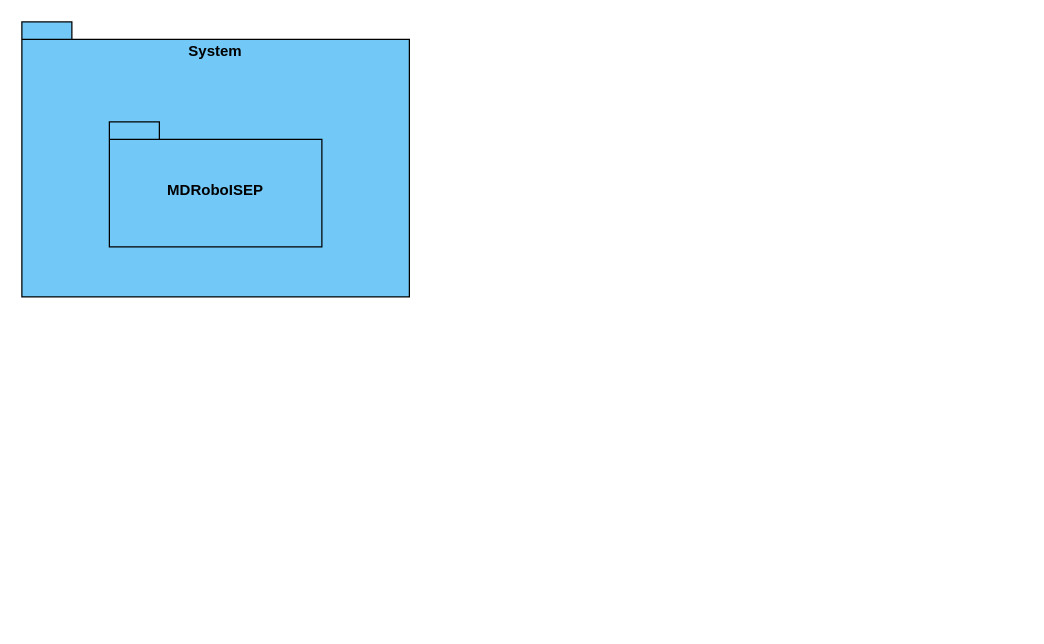
SEM5PI2324G58/sem5pi_g58_23_24 keeps this draw.io diagram as docs/N2/VI.drawio. Above is the earlier version. Source tidied: cells renumbered, new cells numbered last; positions are measured from the earlier drawing's top-left corner, leaving out a move shared by most shapes. Both pictures are drawn from the tidied source at 125%, with x=0, y=0 at pixel (21, 21).
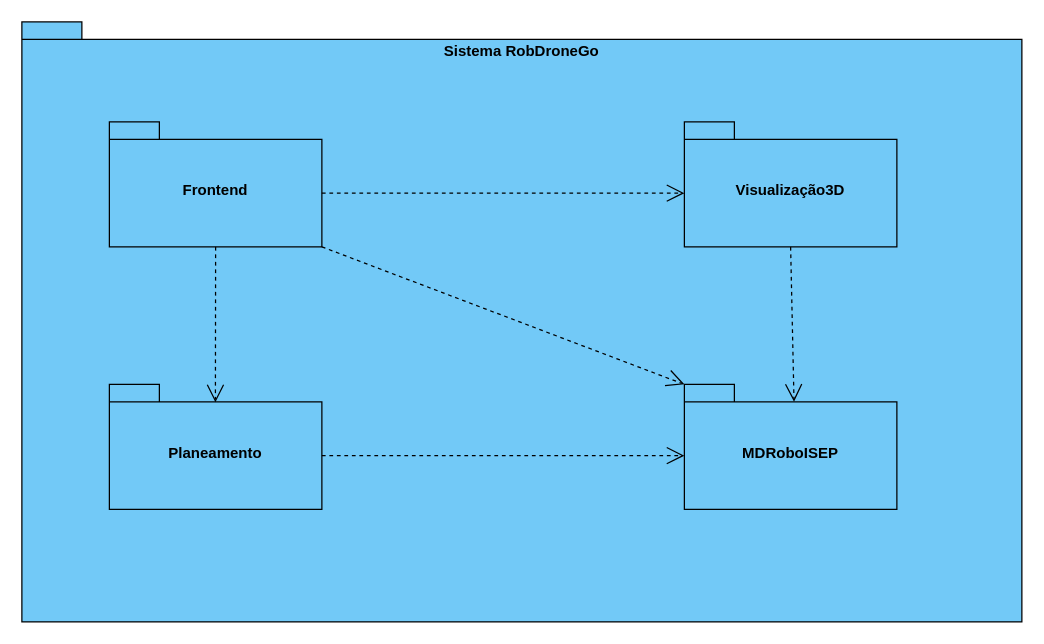
Above is the later version.

Diff of the diagram source:
```diff
@@
 <mxGraphModel>
   <root>
     <mxCell id="0" />
     <mxCell id="1" parent="0" />
-    <mxCell id="2" value="System" style="shape=folder;fontStyle=1;spacingTop=10;tabWidth=40;tabHeight=14;tabPosition=left;html=1;whiteSpace=wrap;horizontal=1;verticalAlign=top;fillColor=#72c9f7;" parent="1" vertex="1">
-      <mxGeometry width="310" height="220" as="geometry" />
+    <mxCell id="2" value="Sistema RobDroneGo" style="shape=folder;fontStyle=1;spacingTop=10;tabWidth=40;tabHeight=14;tabPosition=left;html=1;whiteSpace=wrap;horizontal=1;verticalAlign=top;fillColor=#72c9f7;" parent="1" vertex="1">
+      <mxGeometry width="800" height="480" as="geometry" />
     </mxCell>
     <mxCell id="3" value="MDRoboISEP" style="shape=folder;fontStyle=1;spacingTop=10;tabWidth=40;tabHeight=14;tabPosition=left;html=1;whiteSpace=wrap;fillColor=#72c9f7;" parent="1" vertex="1">
-      <mxGeometry x="70" y="80" width="170" height="100" as="geometry" />
+      <mxGeometry x="530" y="290" width="170" height="100" as="geometry" />
     </mxCell>
+    <mxCell id="4" value="Frontend" style="shape=folder;fontStyle=1;spacingTop=10;tabWidth=40;tabHeight=14;tabPosition=left;html=1;whiteSpace=wrap;fillColor=#72c9f7;" parent="1" vertex="1">
+      <mxGeometry x="70" y="80" width="170" height="100" as="geometry" />
+    </mxCell>
+    <mxCell id="5" value="Planeamento" style="shape=folder;fontStyle=1;spacingTop=10;tabWidth=40;tabHeight=14;tabPosition=left;html=1;whiteSpace=wrap;fillColor=#72c9f7;" parent="1" vertex="1">
+      <mxGeometry x="70" y="290" width="170" height="100" as="geometry" />
+    </mxCell>
+    <mxCell id="6" value="Visualização3D" style="shape=folder;fontStyle=1;spacingTop=10;tabWidth=40;tabHeight=14;tabPosition=left;html=1;whiteSpace=wrap;fillColor=#72c9f7;" parent="1" vertex="1">
+      <mxGeometry x="530" y="80" width="170" height="100" as="geometry" />
+    </mxCell>
+    <mxCell id="7" style="endArrow=open;endSize=12;dashed=1;html=1;rounded=0;exitX=0;exitY=0;exitDx=170;exitDy=57;exitPerimeter=0;entryX=0;entryY=0;entryDx=0;entryDy=57;entryPerimeter=0;" parent="1" edge="1" source="4" target="6">
+      <mxGeometry relative="1" as="geometry" />
+    </mxCell>
+    <mxCell id="8" style="endArrow=open;endSize=12;dashed=1;html=1;rounded=0;exitX=0;exitY=0;exitDx=170;exitDy=100;exitPerimeter=0;entryX=0;entryY=0;entryDx=0;entryDy=0;entryPerimeter=0;" parent="1" edge="1" source="4" target="3">
+      <mxGeometry relative="1" as="geometry" />
+    </mxCell>
+    <mxCell id="9" style="endArrow=open;endSize=12;dashed=1;html=1;rounded=0;exitX=0.5;exitY=1;exitDx=0;exitDy=0;exitPerimeter=0;entryX=0.499;entryY=0.144;entryDx=0;entryDy=0;entryPerimeter=0;" parent="1" edge="1" source="4" target="5">
+      <mxGeometry relative="1" as="geometry" />
+    </mxCell>
+    <mxCell id="10" style="endArrow=open;endSize=12;dashed=1;html=1;rounded=0;exitX=0;exitY=0;exitDx=170;exitDy=57;exitPerimeter=0;entryX=0;entryY=0;entryDx=0;entryDy=57;entryPerimeter=0;" parent="1" edge="1" source="5" target="3">
+      <mxGeometry relative="1" as="geometry" />
+    </mxCell>
+    <mxCell id="11" style="endArrow=open;endSize=12;dashed=1;html=1;rounded=0;exitX=0.5;exitY=1;exitDx=0;exitDy=0;exitPerimeter=0;entryX=0.516;entryY=0.139;entryDx=0;entryDy=0;entryPerimeter=0;" parent="1" edge="1" source="6" target="3">
+      <mxGeometry relative="1" as="geometry" />
+    </mxCell>
   </root>
 </mxGraphModel>
```
